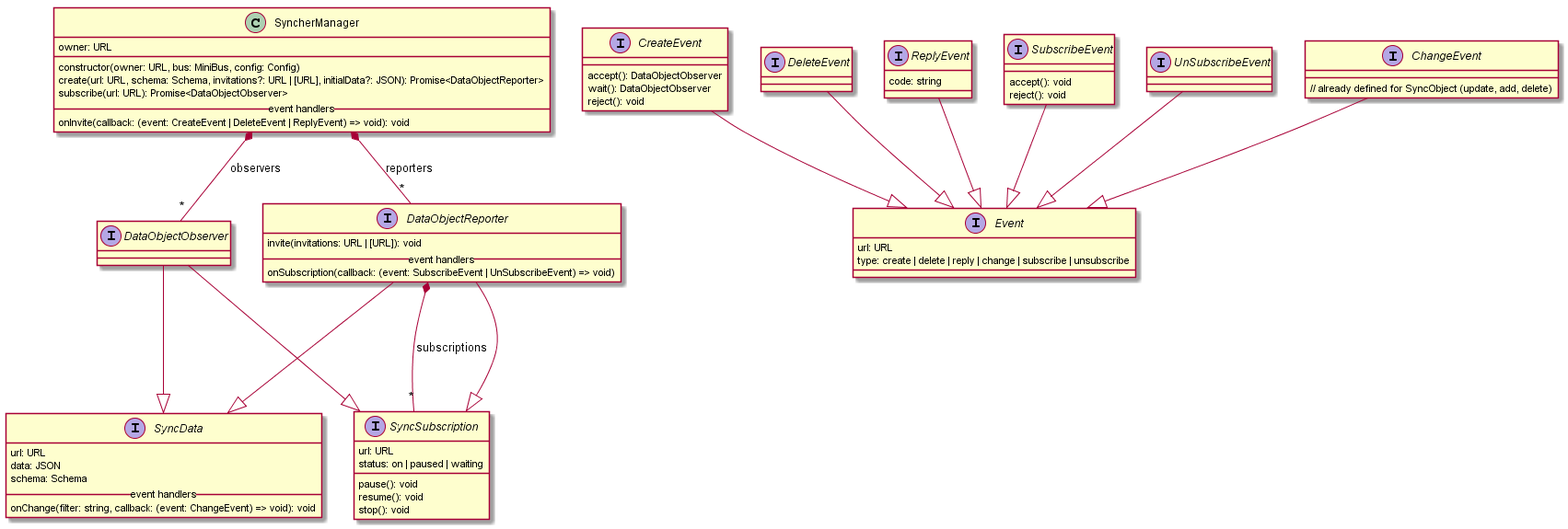
Above: docs/specs/service-framework/SyncherManager.png in reTHINK-project/core-framework (PlantUML), before the change.
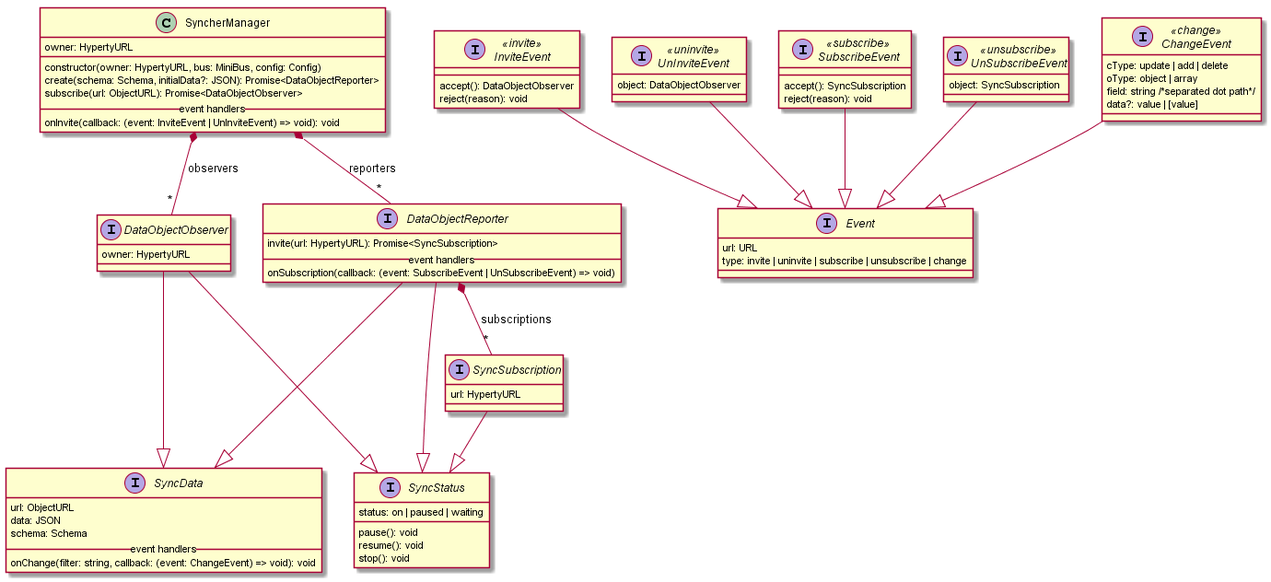
The same diagram one commit later.

What changed in the source:
```diff
@@ -1,7 +1,10 @@
 @startuml
 
 interface SyncSubscription {
-  url: URL
+  url: HypertyURL
+}
+
+interface SyncStatus {
   status: on | paused | waiting
   pause(): void
   resume(): void
@@ -9,7 +12,7 @@
 }
 
 interface SyncData {
-  url: URL
+  url: ObjectURL
   data: JSON
   schema: Schema
   __ event handlers __
@@ -17,66 +20,68 @@
 }
 
 class SyncherManager {
-  owner: URL
+  owner: HypertyURL
   __
-  constructor(owner: URL, bus: MiniBus, config: Config)
-  create(url: URL, schema: Schema, invitations?: URL | [URL], initialData?: JSON): Promise<DataObjectReporter>
-  subscribe(url: URL): Promise<DataObjectObserver>
+  constructor(owner: HypertyURL, bus: MiniBus, config: Config)
+  create(schema: Schema, initialData?: JSON): Promise<DataObjectReporter>
+  subscribe(url: ObjectURL): Promise<DataObjectObserver>
   __ event handlers __
-  onInvite(callback: (event: CreateEvent | DeleteEvent | ReplyEvent) => void): void
+  onInvite(callback: (event: InviteEvent | UnInviteEvent) => void): void
 }
 
 interface DataObjectReporter {
-  invite(invitations: URL | [URL]): void
+  invite(url: HypertyURL): Promise<SyncSubscription>
   __ event handlers __
   onSubscription(callback: (event: SubscribeEvent | UnSubscribeEvent) => void)
 }
 
 interface DataObjectObserver {
+  owner: HypertyURL
 }
 
 interface Event {
   url: URL
-  type: create | delete | reply | change | subscribe | unsubscribe
+  type: invite | uninvite | subscribe | unsubscribe | change
 }
 
-interface CreateEvent {
+interface InviteEvent <<invite>> {
   accept(): DataObjectObserver
-  wait(): DataObjectObserver
-  reject(): void
+  reject(reason): void
 }
 
-interface DeleteEvent {
+interface UnInviteEvent <<uninvite>> {
+  object: DataObjectObserver
 }
 
-interface ReplyEvent {
-  code: string
+interface SubscribeEvent <<subscribe>> {
+  accept(): SyncSubscription
+  reject(reason): void
 }
 
-interface SubscribeEvent {
-  accept(): void
-  reject(): void
+interface UnSubscribeEvent <<unsubscribe>> {
+  object: SyncSubscription
 }
 
-interface UnSubscribeEvent {
+interface ChangeEvent <<change>> {
+  cType: update | add | delete
+  oType: object | array
+  field: string /*separated dot path*/
+  data?: value | [value]
 }
 
-interface ChangeEvent {
-  // already defined for SyncObject (update, add, delete)
-}
-
-CreateEvent --|> Event
-DeleteEvent --|> Event
-ReplyEvent --|> Event
+InviteEvent --|> Event
+UnInviteEvent --|> Event
 ChangeEvent --|> Event
 SubscribeEvent --|> Event
 UnSubscribeEvent --|> Event
 
+SyncSubscription --|> SyncStatus
+
 DataObjectObserver ---|> SyncData
-DataObjectObserver ---|> SyncSubscription
+DataObjectObserver ---|> SyncStatus
 
 DataObjectReporter ---|> SyncData
-DataObjectReporter ---|> SyncSubscription
+DataObjectReporter ---|> SyncStatus
 DataObjectReporter *--"*" SyncSubscription:subscriptions
 
 SyncherManager *--"*" DataObjectReporter:reporters
```
